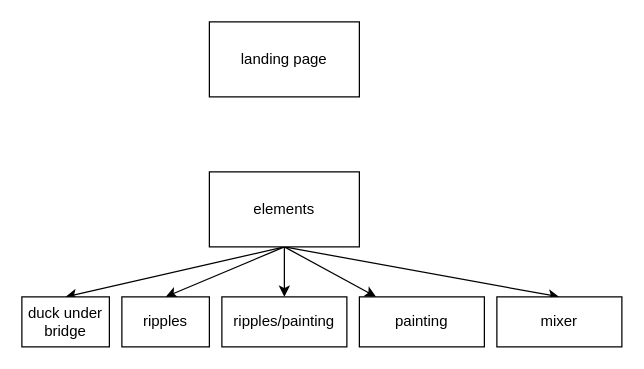
Before: sitemap.drawio in elinorrowlands/bss, a draw.io diagram. Source tidied: cells renumbered, new cells numbered last; positions are measured from the earlier drawing's top-left corner, leaving out a move shared by most shapes. Both pictures are drawn from the tidied source at 125%, with x=0, y=0 at pixel (21, 21).
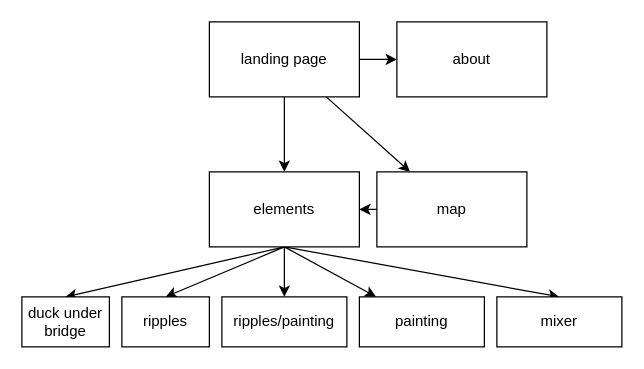
After the change.

Change to the diagram source:
```diff
@@
 <mxGraphModel>
   <root>
     <mxCell id="0" />
     <mxCell id="1" parent="0" />
+    <mxCell id="14" style="edgeStyle=none;html=1;" parent="1" edge="1" source="2" target="19">
+      <mxGeometry relative="1" as="geometry" />
+    </mxCell>
+    <mxCell id="15" style="edgeStyle=none;html=1;" parent="1" edge="1" source="2" target="8">
+      <mxGeometry relative="1" as="geometry" />
+    </mxCell>
+    <mxCell id="16" style="edgeStyle=none;html=1;" parent="1" edge="1" source="2" target="18">
+      <mxGeometry relative="1" as="geometry" />
+    </mxCell>
     <mxCell id="2" value="landing page" style="rounded=0;whiteSpace=wrap;html=1;" parent="1" vertex="1">
       <mxGeometry x="150" width="120" height="60" as="geometry" />
     </mxCell>
     <mxCell id="3" style="edgeStyle=none;html=1;exitX=0.5;exitY=1;exitDx=0;exitDy=0;" parent="1" edge="1" source="8" target="11">
       <mxGeometry relative="1" as="geometry" />
     </mxCell>
     <mxCell id="4" style="edgeStyle=none;html=1;exitX=0.5;exitY=1;exitDx=0;exitDy=0;" parent="1" edge="1" source="8" target="12">
       <mxGeometry relative="1" as="geometry" />
     </mxCell>
     <mxCell id="5" style="edgeStyle=none;html=1;exitX=0.5;exitY=1;exitDx=0;exitDy=0;entryX=0.5;entryY=0;entryDx=0;entryDy=0;" parent="1" edge="1" source="8" target="13">
       <mxGeometry relative="1" as="geometry" />
     </mxCell>
     <mxCell id="6" style="edgeStyle=none;html=1;exitX=0.5;exitY=1;exitDx=0;exitDy=0;entryX=0.5;entryY=0;entryDx=0;entryDy=0;" parent="1" edge="1" source="8" target="9">
       <mxGeometry relative="1" as="geometry" />
     </mxCell>
     <mxCell id="7" style="edgeStyle=none;html=1;exitX=0.5;exitY=1;exitDx=0;exitDy=0;entryX=0.5;entryY=0;entryDx=0;entryDy=0;" parent="1" edge="1" source="8" target="10">
       <mxGeometry relative="1" as="geometry" />
     </mxCell>
     <mxCell id="8" value="elements" style="rounded=0;whiteSpace=wrap;html=1;" parent="1" vertex="1">
       <mxGeometry x="150" y="120" width="120" height="60" as="geometry" />
     </mxCell>
     <mxCell id="9" value="duck under bridge" style="rounded=0;whiteSpace=wrap;html=1;" parent="1" vertex="1">
       <mxGeometry y="220" width="70" height="40" as="geometry" />
     </mxCell>
     <mxCell id="10" value="ripples" style="rounded=0;whiteSpace=wrap;html=1;" parent="1" vertex="1">
       <mxGeometry x="80" y="220" width="70" height="40" as="geometry" />
     </mxCell>
     <mxCell id="11" value="ripples/painting" style="rounded=0;whiteSpace=wrap;html=1;" parent="1" vertex="1">
       <mxGeometry x="160" y="220" width="100" height="40" as="geometry" />
     </mxCell>
     <mxCell id="12" value="painting" style="rounded=0;whiteSpace=wrap;html=1;" parent="1" vertex="1">
       <mxGeometry x="270" y="220" width="100" height="40" as="geometry" />
     </mxCell>
     <mxCell id="13" value="mixer" style="rounded=0;whiteSpace=wrap;html=1;" parent="1" vertex="1">
       <mxGeometry x="380" y="220" width="100" height="40" as="geometry" />
     </mxCell>
+    <mxCell id="17" style="edgeStyle=none;html=1;exitX=0;exitY=0.5;exitDx=0;exitDy=0;" parent="1" edge="1" source="18" target="8">
+      <mxGeometry relative="1" as="geometry" />
+    </mxCell>
+    <mxCell id="18" value="map" style="rounded=0;whiteSpace=wrap;html=1;" parent="1" vertex="1">
+      <mxGeometry x="284" y="120" width="120" height="60" as="geometry" />
+    </mxCell>
+    <mxCell id="19" value="about" style="rounded=0;whiteSpace=wrap;html=1;" parent="1" vertex="1">
+      <mxGeometry x="300" width="120" height="60" as="geometry" />
+    </mxCell>
   </root>
 </mxGraphModel>
```
